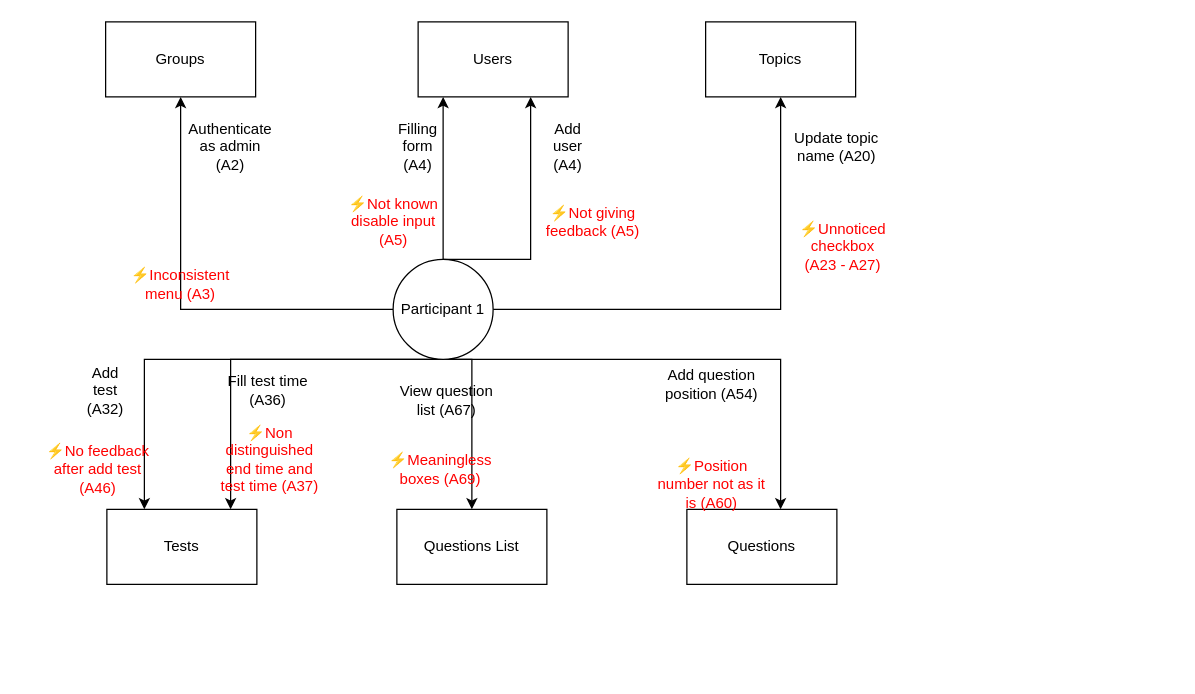
Above: assets/flow model/participant1.drawio in hci-a-if-its-2019/final-project-hooray-team (draw.io), before the change. Source tidied: cells renumbered, new cells numbered last; positions are measured from the earlier drawing's top-left corner, leaving out a move shared by most shapes. Both pictures are drawn from the tidied source at 125%, with x=0, y=0 at pixel (40, 21).
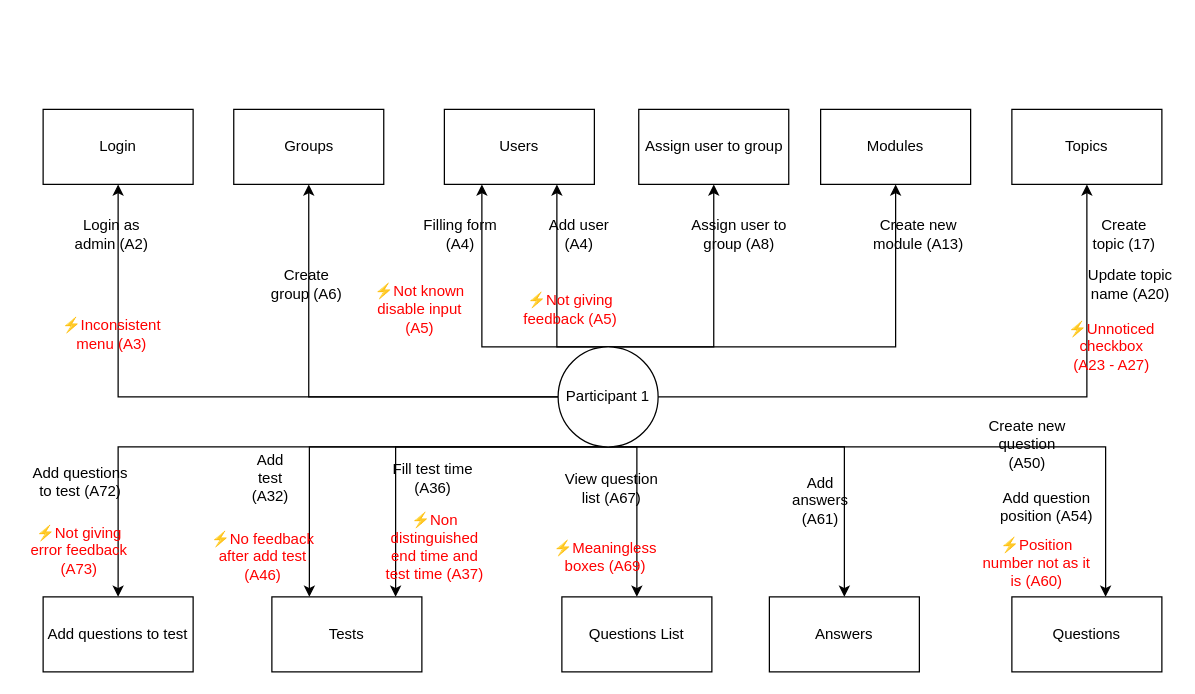
Above is the later version.

Commit message (it also covers changes not shown here):
revise flow model participant 1&2

The edit, as a diff of the source:
```diff
@@
-    <mxCell id="3" style="edgeStyle=orthogonalEdgeStyle;rounded=0;jettySize=auto;html=1;exitX=0.5;exitY=0;exitDx=0;exitDy=0;strokeColor=#000000;strokeWidth=1;fontColor=#000000;" parent="1" edge="1" source="10" target="12">
-      <mxGeometry relative="1" as="geometry">
-        <Array as="points">
-          <mxPoint x="322" y="100" />
-          <mxPoint x="322" y="100" />
-        </Array>
-      </mxGeometry>
-    </mxCell>
-    <mxCell id="4" style="edgeStyle=orthogonalEdgeStyle;rounded=0;jettySize=auto;html=1;exitX=0.5;exitY=0;exitDx=0;exitDy=0;entryX=0.75;entryY=1;entryDx=0;entryDy=0;strokeColor=#000000;strokeWidth=1;fontColor=#000000;" parent="1" edge="1" source="10" target="12">
-      <mxGeometry relative="1" as="geometry">
-        <Array as="points">
-          <mxPoint x="392" y="190" />
-        </Array>
-      </mxGeometry>
-    </mxCell>
@@
     <mxCell id="6" style="edgeStyle=orthogonalEdgeStyle;rounded=0;jettySize=auto;html=1;exitX=0.5;exitY=1;exitDx=0;exitDy=0;strokeColor=#000000;strokeWidth=1;fontColor=#000000;" parent="1" edge="1" source="10" target="14">
       <mxGeometry relative="1" as="geometry">
         <Array as="points">
-          <mxPoint x="592" y="270" />
+          <mxPoint x="852" y="340" />
         </Array>
       </mxGeometry>
     </mxCell>
     <mxCell id="7" style="edgeStyle=orthogonalEdgeStyle;rounded=0;jettySize=auto;html=1;exitX=0.5;exitY=1;exitDx=0;exitDy=0;entryX=0.5;entryY=0;entryDx=0;entryDy=0;strokeColor=#000000;strokeWidth=1;fontColor=#000000;" parent="1" edge="1" source="10" target="15">
       <mxGeometry relative="1" as="geometry">
         <Array as="points">
-          <mxPoint x="345" y="270" />
+          <mxPoint x="477" y="340" />
         </Array>
       </mxGeometry>
     </mxCell>
     <mxCell id="8" style="edgeStyle=orthogonalEdgeStyle;rounded=0;jettySize=auto;html=1;exitX=0.5;exitY=1;exitDx=0;exitDy=0;strokeColor=#000000;strokeWidth=1;fontColor=#000000;" parent="1" edge="1" source="10" target="16">
       <mxGeometry relative="1" as="geometry">
         <Array as="points">
-          <mxPoint x="152" y="270" />
+          <mxPoint x="284" y="340" />
         </Array>
       </mxGeometry>
     </mxCell>
     <mxCell id="9" style="edgeStyle=orthogonalEdgeStyle;rounded=0;jettySize=auto;html=1;exitX=0.5;exitY=1;exitDx=0;exitDy=0;entryX=0.25;entryY=0;entryDx=0;entryDy=0;strokeColor=#000000;strokeWidth=1;fontColor=#FF0000;" parent="1" edge="1" source="10" target="16">
       <mxGeometry relative="1" as="geometry">
         <Array as="points">
-          <mxPoint x="83" y="270" />
+          <mxPoint x="215" y="340" />
         </Array>
       </mxGeometry>
     </mxCell>
+    <mxCell id="33" style="edgeStyle=orthogonalEdgeStyle;rounded=0;jettySize=auto;html=1;exitX=0;exitY=0.5;exitDx=0;exitDy=0;entryX=0.5;entryY=1;entryDx=0;entryDy=0;strokeColor=#000000;strokeWidth=1;fontColor=#000000;" parent="1" edge="1" source="10" target="40">
+      <mxGeometry relative="1" as="geometry" />
+    </mxCell>
+    <mxCell id="34" style="edgeStyle=orthogonalEdgeStyle;rounded=0;jettySize=auto;html=1;exitX=0.5;exitY=0;exitDx=0;exitDy=0;entryX=0.5;entryY=1;entryDx=0;entryDy=0;strokeColor=#000000;strokeWidth=1;fontColor=#000000;" parent="1" edge="1" source="10" target="43">
+      <mxGeometry relative="1" as="geometry">
+        <Array as="points">
+          <mxPoint x="539" y="260" />
+        </Array>
+      </mxGeometry>
+    </mxCell>
+    <mxCell id="35" style="edgeStyle=orthogonalEdgeStyle;rounded=0;jettySize=auto;html=1;exitX=0.5;exitY=0;exitDx=0;exitDy=0;entryX=0.5;entryY=1;entryDx=0;entryDy=0;strokeColor=#000000;strokeWidth=1;fontColor=#000000;" parent="1" edge="1" source="10" target="45">
+      <mxGeometry relative="1" as="geometry">
+        <Array as="points">
+          <mxPoint x="684" y="260" />
+        </Array>
+      </mxGeometry>
+    </mxCell>
+    <mxCell id="36" style="edgeStyle=orthogonalEdgeStyle;rounded=0;jettySize=auto;html=1;exitX=0.5;exitY=1;exitDx=0;exitDy=0;strokeColor=#000000;strokeWidth=1;fontColor=#000000;" parent="1" edge="1" source="10" target="49">
+      <mxGeometry relative="1" as="geometry">
+        <Array as="points">
+          <mxPoint x="643" y="340" />
+        </Array>
+      </mxGeometry>
+    </mxCell>
+    <mxCell id="37" style="edgeStyle=orthogonalEdgeStyle;rounded=0;jettySize=auto;html=1;exitX=0.5;exitY=0;exitDx=0;exitDy=0;entryX=0.25;entryY=1;entryDx=0;entryDy=0;strokeColor=#000000;strokeWidth=1;fontColor=#000000;" parent="1" edge="1" source="10" target="12">
+      <mxGeometry relative="1" as="geometry">
+        <Array as="points">
+          <mxPoint x="353" y="260" />
+        </Array>
+      </mxGeometry>
+    </mxCell>
+    <mxCell id="38" style="edgeStyle=orthogonalEdgeStyle;rounded=0;jettySize=auto;html=1;exitX=0.5;exitY=0;exitDx=0;exitDy=0;entryX=0.75;entryY=1;entryDx=0;entryDy=0;strokeColor=#000000;strokeWidth=1;fontColor=#000000;" parent="1" edge="1" source="10" target="12">
+      <mxGeometry relative="1" as="geometry">
+        <Array as="points">
+          <mxPoint x="413" y="260" />
+        </Array>
+      </mxGeometry>
+    </mxCell>
+    <mxCell id="39" style="edgeStyle=orthogonalEdgeStyle;rounded=0;jettySize=auto;html=1;exitX=0.5;exitY=1;exitDx=0;exitDy=0;entryX=0.5;entryY=0;entryDx=0;entryDy=0;strokeColor=#000000;strokeWidth=1;fontColor=#000000;" parent="1" edge="1" source="10" target="51">
+      <mxGeometry relative="1" as="geometry">
+        <Array as="points">
+          <mxPoint x="62" y="340" />
+        </Array>
+      </mxGeometry>
+    </mxCell>
     <mxCell id="10" value="Participant 1" style="ellipse;whiteSpace=wrap;html=1;" parent="1" vertex="1">
-      <mxGeometry x="282" y="190" width="80" height="80" as="geometry" />
+      <mxGeometry x="414" y="260" width="80" height="80" as="geometry" />
     </mxCell>
     <mxCell id="11" value="Groups" style="rounded=0;whiteSpace=wrap;html=1;" parent="1" vertex="1">
-      <mxGeometry x="52" width="120" height="60" as="geometry" />
+      <mxGeometry x="154.5" y="70" width="120" height="60" as="geometry" />
     </mxCell>
     <mxCell id="12" value="Users" style="rounded=0;whiteSpace=wrap;html=1;" parent="1" vertex="1">
-      <mxGeometry x="302" width="120" height="60" as="geometry" />
+      <mxGeometry x="323" y="70" width="120" height="60" as="geometry" />
     </mxCell>
     <mxCell id="13" value="Topics" style="rounded=0;whiteSpace=wrap;html=1;" parent="1" vertex="1">
-      <mxGeometry x="532" width="120" height="60" as="geometry" />
+      <mxGeometry x="777" y="70" width="120" height="60" as="geometry" />
     </mxCell>
     <mxCell id="14" value="Questions" style="rounded=0;whiteSpace=wrap;html=1;" parent="1" vertex="1">
-      <mxGeometry x="517" y="390" width="120" height="60" as="geometry" />
+      <mxGeometry x="777" y="460" width="120" height="60" as="geometry" />
     </mxCell>
     <mxCell id="15" value="Questions List" style="rounded=0;whiteSpace=wrap;html=1;" parent="1" vertex="1">
-      <mxGeometry x="285" y="390" width="120" height="60" as="geometry" />
+      <mxGeometry x="417" y="460" width="120" height="60" as="geometry" />
     </mxCell>
     <mxCell id="16" value="Tests" style="rounded=0;whiteSpace=wrap;html=1;" parent="1" vertex="1">
-      <mxGeometry x="53" y="390" width="120" height="60" as="geometry" />
+      <mxGeometry x="185" y="460" width="120" height="60" as="geometry" />
     </mxCell>
-    <mxCell id="17" value="Authenticate as admin (A2)" style="text;html=1;strokeColor=none;fillColor=none;align=center;verticalAlign=middle;whiteSpace=wrap;rounded=0;" parent="1" vertex="1">
-      <mxGeometry x="132" y="90" width="40" height="20" as="geometry" />
-    </mxCell>
     <mxCell id="18" value="&lt;font color=&quot;#ff0000&quot;&gt;⚡Inconsistent menu (A3)&lt;/font&gt;" style="text;html=1;strokeColor=none;fillColor=none;align=center;verticalAlign=middle;whiteSpace=wrap;rounded=0;fontColor=#000000;" parent="1" vertex="1">
-      <mxGeometry x="92" y="200" width="40" height="20" as="geometry" />
+      <mxGeometry x="37" y="240" width="40" height="20" as="geometry" />
     </mxCell>
     <mxCell id="19" value="Filling form (A4)" style="text;html=1;strokeColor=none;fillColor=none;align=center;verticalAlign=middle;whiteSpace=wrap;rounded=0;fontColor=#000000;" parent="1" vertex="1">
-      <mxGeometry x="282" y="90" width="40" height="20" as="geometry" />
+      <mxGeometry x="303" y="160" width="66" height="20" as="geometry" />
     </mxCell>
     <mxCell id="20" value="&lt;span&gt;&lt;font color=&quot;#ff0000&quot;&gt;⚡Not known disable input (A5)&lt;/font&gt;&lt;/span&gt;" style="text;html=1;strokeColor=none;fillColor=none;align=center;verticalAlign=middle;whiteSpace=wrap;rounded=0;fontColor=#000000;" parent="1" vertex="1">
-      <mxGeometry x="244.5" y="150" width="75" height="20" as="geometry" />
+      <mxGeometry x="265.5" y="220" width="75" height="20" as="geometry" />
     </mxCell>
     <mxCell id="21" value="Add user (A4)" style="text;html=1;strokeColor=none;fillColor=none;align=center;verticalAlign=middle;whiteSpace=wrap;rounded=0;fontColor=#000000;" parent="1" vertex="1">
-      <mxGeometry x="402" y="90" width="40" height="20" as="geometry" />
+      <mxGeometry x="399" y="160" width="64" height="20" as="geometry" />
     </mxCell>
     <mxCell id="22" value="&lt;span&gt;⚡Not giving feedback (A5)&lt;/span&gt;" style="text;html=1;strokeColor=none;fillColor=none;align=center;verticalAlign=middle;whiteSpace=wrap;rounded=0;fontColor=#FF0000;" parent="1" vertex="1">
-      <mxGeometry x="402" y="150" width="80" height="20" as="geometry" />
+      <mxGeometry x="384" y="220" width="80" height="20" as="geometry" />
     </mxCell>
     <mxCell id="23" value="Update topic name (A20)" style="text;html=1;strokeColor=none;fillColor=none;align=center;verticalAlign=middle;whiteSpace=wrap;rounded=0;fontColor=#000000;" parent="1" vertex="1">
-      <mxGeometry x="602" y="90" width="70" height="20" as="geometry" />
+      <mxGeometry x="837" y="200" width="70" height="20" as="geometry" />
     </mxCell>
     <mxCell id="24" value="&lt;span&gt;⚡Unnoticed checkbox (A23 - A27)&lt;/span&gt;" style="text;html=1;strokeColor=none;fillColor=none;align=center;verticalAlign=middle;whiteSpace=wrap;rounded=0;fontColor=#FF0000;" parent="1" vertex="1">
-      <mxGeometry x="602" y="170" width="80" height="20" as="geometry" />
+      <mxGeometry x="817" y="250" width="80" height="20" as="geometry" />
     </mxCell>
     <mxCell id="25" value="Add question position (A54)" style="text;html=1;strokeColor=none;fillColor=none;align=center;verticalAlign=middle;whiteSpace=wrap;rounded=0;fontColor=#000000;" parent="1" vertex="1">
-      <mxGeometry x="492" y="280" width="90" height="20" as="geometry" />
+      <mxGeometry x="760" y="377.5" width="90" height="20" as="geometry" />
     </mxCell>
     <mxCell id="26" value="&lt;span&gt;⚡Position number not as it is (A60)&lt;/span&gt;" style="text;html=1;strokeColor=none;fillColor=none;align=center;verticalAlign=middle;whiteSpace=wrap;rounded=0;fontColor=#FF0000;" parent="1" vertex="1">
-      <mxGeometry x="492" y="360" width="90" height="20" as="geometry" />
+      <mxGeometry x="752" y="422.5" width="90" height="20" as="geometry" />
     </mxCell>
     <mxCell id="27" value="View question list (A67)" style="text;html=1;strokeColor=none;fillColor=none;align=center;verticalAlign=middle;whiteSpace=wrap;rounded=0;fontColor=#000000;" parent="1" vertex="1">
-      <mxGeometry x="285" y="292.5" width="80" height="20" as="geometry" />
+      <mxGeometry x="417" y="362.5" width="80" height="20" as="geometry" />
     </mxCell>
     <mxCell id="28" value="&lt;span&gt;⚡Meaningless boxes (A69)&lt;/span&gt;" style="text;html=1;strokeColor=none;fillColor=none;align=center;verticalAlign=middle;whiteSpace=wrap;rounded=0;fontColor=#FF0000;" parent="1" vertex="1">
-      <mxGeometry x="295" y="347.5" width="50" height="20" as="geometry" />
+      <mxGeometry x="427" y="417.5" width="50" height="20" as="geometry" />
     </mxCell>
     <mxCell id="29" value="Fill test time (A36)" style="text;html=1;strokeColor=none;fillColor=none;align=center;verticalAlign=middle;whiteSpace=wrap;rounded=0;fontColor=#000000;" parent="1" vertex="1">
-      <mxGeometry x="142" y="285" width="80" height="20" as="geometry" />
+      <mxGeometry x="274" y="355" width="80" height="20" as="geometry" />
     </mxCell>
     <mxCell id="30" value="&lt;span&gt;⚡Non distinguished end time and test time (A37)&lt;/span&gt;" style="text;html=1;strokeColor=none;fillColor=none;align=center;verticalAlign=middle;whiteSpace=wrap;rounded=0;fontColor=#FF0000;" parent="1" vertex="1">
-      <mxGeometry x="142.5" y="340" width="81" height="20" as="geometry" />
+      <mxGeometry x="274.5" y="410" width="81" height="20" as="geometry" />
     </mxCell>
     <mxCell id="31" value="Add test (A32)" style="text;html=1;strokeColor=none;fillColor=none;align=center;verticalAlign=middle;whiteSpace=wrap;rounded=0;fontColor=#000000;" parent="1" vertex="1">
-      <mxGeometry x="32" y="285" width="40" height="20" as="geometry" />
+      <mxGeometry x="164" y="355" width="40" height="20" as="geometry" />
     </mxCell>
     <mxCell id="32" value="&lt;span&gt;⚡No feedback after add test (A46)&lt;/span&gt;" style="text;html=1;strokeColor=none;fillColor=none;align=center;verticalAlign=middle;whiteSpace=wrap;rounded=0;fontColor=#FF0000;" parent="1" vertex="1">
-      <mxGeometry y="347.5" width="92" height="20" as="geometry" />
+      <mxGeometry x="132" y="417.5" width="92" height="20" as="geometry" />
     </mxCell>
+    <mxCell id="40" value="Login" style="rounded=0;whiteSpace=wrap;html=1;fillColor=#ffffff;fontColor=#000000;" parent="1" vertex="1">
+      <mxGeometry x="2" y="70" width="120" height="60" as="geometry" />
+    </mxCell>
+    <mxCell id="41" value="Login as admin (A2)" style="text;html=1;strokeColor=none;fillColor=none;align=center;verticalAlign=middle;whiteSpace=wrap;rounded=0;fontColor=#000000;" parent="1" vertex="1">
+      <mxGeometry x="22" y="160" width="70" height="20" as="geometry" />
+    </mxCell>
+    <mxCell id="42" value="Create group (A6)" style="text;html=1;strokeColor=none;fillColor=none;align=center;verticalAlign=middle;whiteSpace=wrap;rounded=0;fontColor=#000000;" parent="1" vertex="1">
+      <mxGeometry x="181" y="200" width="64" height="20" as="geometry" />
+    </mxCell>
+    <mxCell id="43" value="Assign user to group" style="rounded=0;whiteSpace=wrap;html=1;fillColor=#ffffff;fontColor=#000000;" parent="1" vertex="1">
+      <mxGeometry x="478.5" y="70" width="120" height="60" as="geometry" />
+    </mxCell>
+    <mxCell id="44" value="Assign user to group (A8)" style="text;html=1;strokeColor=none;fillColor=none;align=center;verticalAlign=middle;whiteSpace=wrap;rounded=0;fontColor=#000000;" parent="1" vertex="1">
+      <mxGeometry x="518.5" y="160" width="80" height="20" as="geometry" />
+    </mxCell>
+    <mxCell id="45" value="Modules" style="rounded=0;whiteSpace=wrap;html=1;fillColor=#ffffff;fontColor=#000000;" parent="1" vertex="1">
+      <mxGeometry x="624" y="70" width="120" height="60" as="geometry" />
+    </mxCell>
+    <mxCell id="46" value="Create new module (A13)" style="text;html=1;strokeColor=none;fillColor=none;align=center;verticalAlign=middle;whiteSpace=wrap;rounded=0;fontColor=#000000;" parent="1" vertex="1">
+      <mxGeometry x="661" y="160" width="83" height="20" as="geometry" />
+    </mxCell>
+    <mxCell id="47" value="Create topic (17)" style="text;html=1;strokeColor=none;fillColor=none;align=center;verticalAlign=middle;whiteSpace=wrap;rounded=0;fontColor=#000000;" parent="1" vertex="1">
+      <mxGeometry x="837" y="160" width="60" height="20" as="geometry" />
+    </mxCell>
+    <mxCell id="48" value="Create new question (A50)" style="text;html=1;strokeColor=none;fillColor=none;align=center;verticalAlign=middle;whiteSpace=wrap;rounded=0;fontColor=#000000;" parent="1" vertex="1">
+      <mxGeometry x="755.5" y="327.5" width="67" height="20" as="geometry" />
+    </mxCell>
+    <mxCell id="49" value="Answers" style="rounded=0;whiteSpace=wrap;html=1;fillColor=#ffffff;fontColor=#000000;" parent="1" vertex="1">
+      <mxGeometry x="583" y="460" width="120" height="60" as="geometry" />
+    </mxCell>
+    <mxCell id="50" value="Add answers (A61)" style="text;html=1;strokeColor=none;fillColor=none;align=center;verticalAlign=middle;whiteSpace=wrap;rounded=0;fontColor=#000000;" parent="1" vertex="1">
+      <mxGeometry x="594" y="372.5" width="60" height="20" as="geometry" />
+    </mxCell>
+    <mxCell id="51" value="Add questions to test" style="rounded=0;whiteSpace=wrap;html=1;fillColor=#ffffff;fontColor=#000000;" parent="1" vertex="1">
+      <mxGeometry x="2" y="460" width="120" height="60" as="geometry" />
+    </mxCell>
+    <mxCell id="52" value="Add questions to test (A72)" style="text;html=1;strokeColor=none;fillColor=none;align=center;verticalAlign=middle;whiteSpace=wrap;rounded=0;fontColor=#000000;" parent="1" vertex="1">
+      <mxGeometry x="-8" y="358" width="80" height="20" as="geometry" />
+    </mxCell>
+    <mxCell id="53" value="&lt;span&gt;⚡Not giving error feedback (A73)&lt;/span&gt;" style="text;html=1;strokeColor=none;fillColor=none;align=center;verticalAlign=middle;whiteSpace=wrap;rounded=0;fontColor=#FF0000;" parent="1" vertex="1">
+      <mxGeometry x="-15" y="412.5" width="92" height="20" as="geometry" />
+    </mxCell>
```
